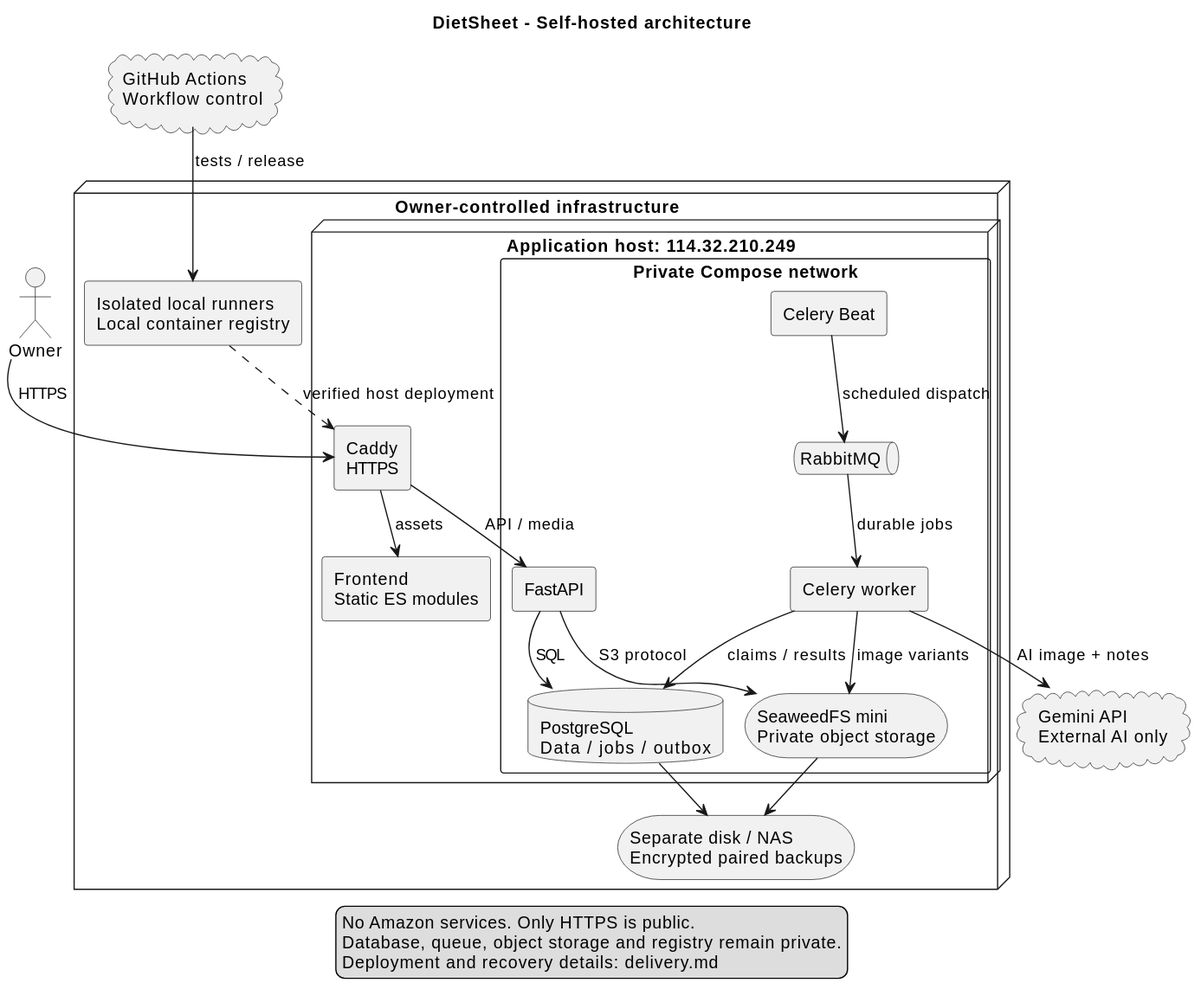
Earlier version of the PlantUML export doc/developer/diagrams/architecture.svg (Xunhaoz/DietSheetV2). The source it was exported from:
```plantuml
@startuml
!pragma layout smetana
skinparam monochrome true
skinparam shadowing false
skinparam componentStyle rectangle
title DietSheet - Self-hosted architecture
actor Owner
cloud "GitHub Actions\nWorkflow control" as github
cloud "Gemini API\nExternal AI only" as gemini
node "Owner-controlled infrastructure" {
  component "Isolated local runners\nLocal container registry" as delivery
  node "Application host: 114.32.210.249" {
    component "Caddy\nHTTPS" as edge
    component "Frontend\nStatic ES modules" as web
    rectangle "Private Compose network" {
      component "FastAPI" as api
      component "Celery Beat" as beat
      queue "RabbitMQ" as broker
      component "Celery worker" as worker
      database "PostgreSQL\nData / jobs / outbox" as db
      storage "SeaweedFS mini\nPrivate object storage" as objects
    }
  }
  storage "Separate disk / NAS\nEncrypted paired backups" as backup
}
Owner --> edge : HTTPS
edge --> web : assets
edge --> api : API / media
api --> db : SQL
api --> objects : S3 protocol
beat --> broker : scheduled dispatch
broker --> worker : durable jobs
worker --> db : claims / results
worker --> objects : image variants
worker --> gemini : AI image + notes
github --> delivery : tests / release
delivery ..> edge : verified host deployment
db --> backup
objects --> backup
legend bottom
  No Amazon services. Only HTTPS is public.
  Database, queue, object storage and registry remain private.
  Deployment and recovery details: delivery.md
endlegend
@enduml
```
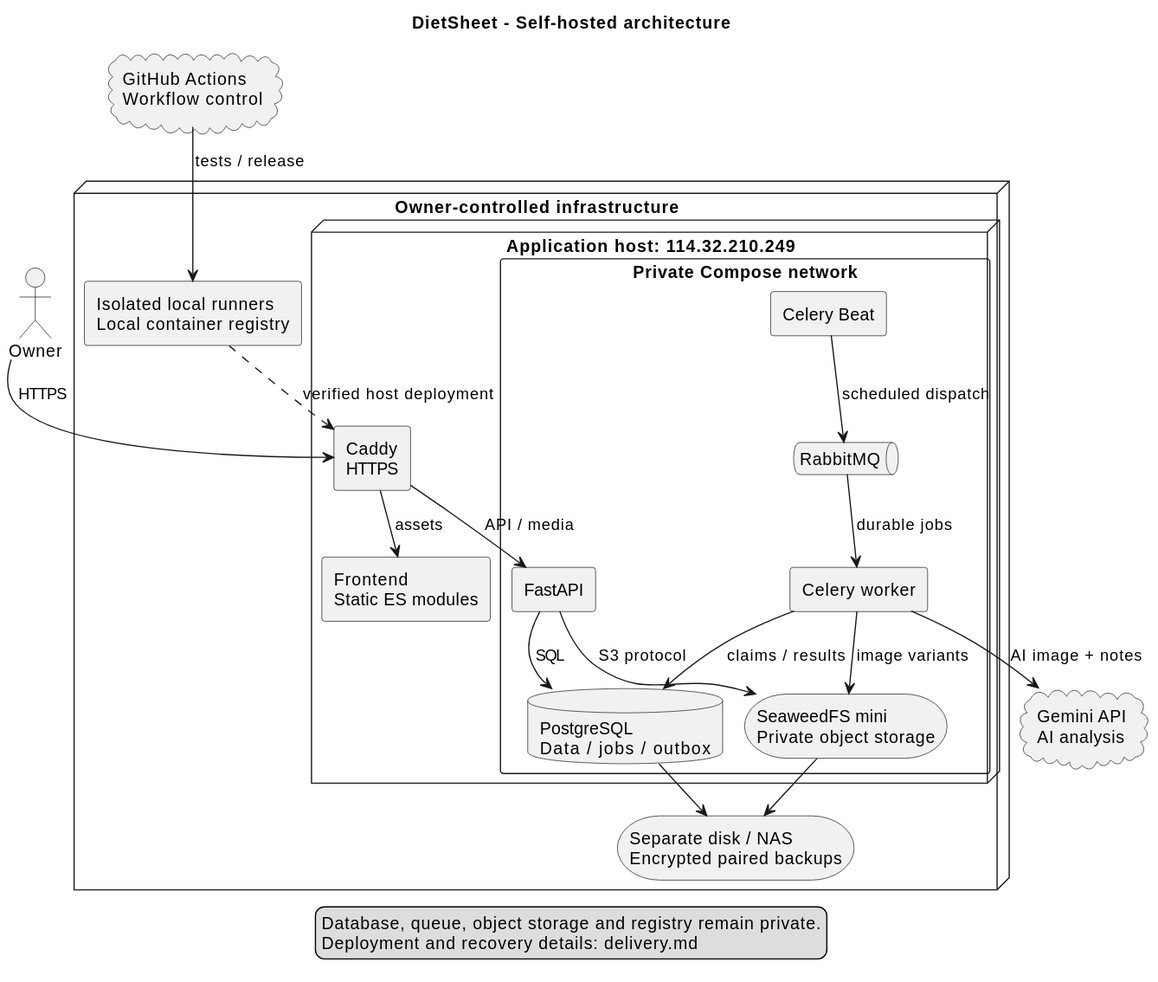
After the change.

Diff of the diagram source:
```diff
@@ -6,7 +6,7 @@
 title DietSheet - Self-hosted architecture
 actor Owner
 cloud "GitHub Actions\nWorkflow control" as github
-cloud "Gemini API\nExternal AI only" as gemini
+cloud "Gemini API\nAI analysis" as gemini
 node "Owner-controlled infrastructure" {
   component "Isolated local runners\nLocal container registry" as delivery
   node "Application host: 114.32.210.249" {
@@ -38,7 +38,6 @@
 db --> backup
 objects --> backup
 legend bottom
-  No Amazon services. Only HTTPS is public.
   Database, queue, object storage and registry remain private.
   Deployment and recovery details: delivery.md
 endlegend
```
